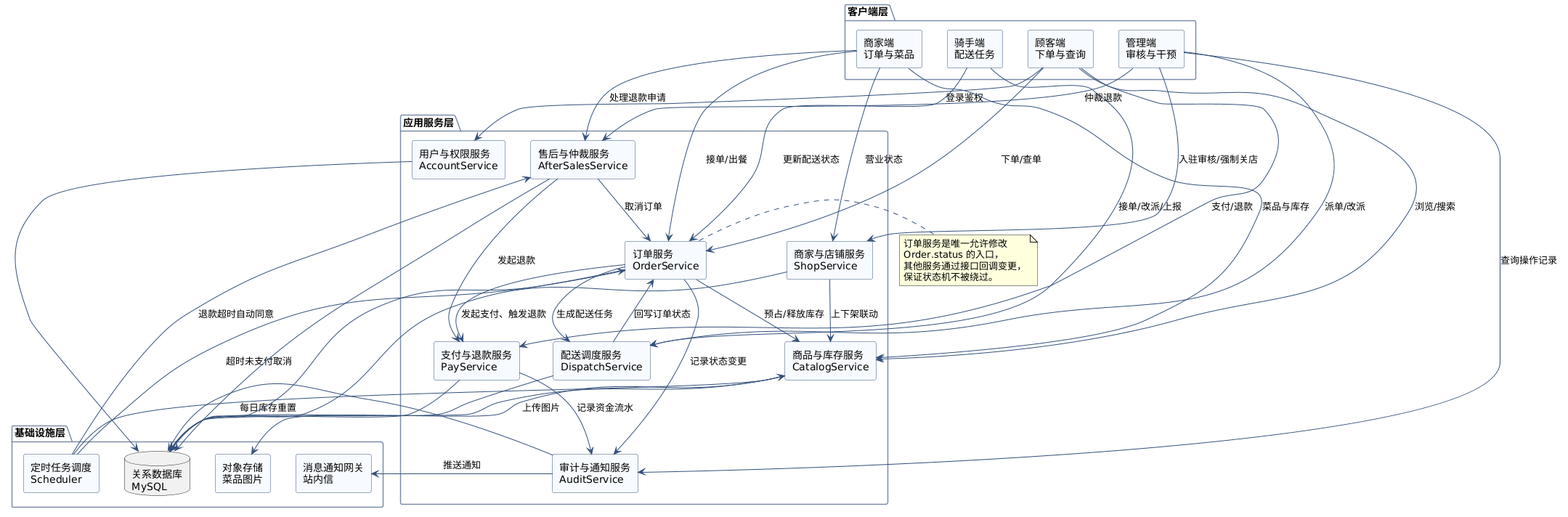
The PlantUML diagram lab2/实验2_241880548_王睿阳/UML/UML组件图.png in marcus-37/lab1-takeout, before a commit. The source it was exported from:
```plantuml
@startuml UML组件图
skinparam backgroundColor #FFFFFF
skinparam shadowing false
skinparam componentStyle rectangle
skinparam componentBorderColor #33507A
skinparam componentBackgroundColor #F7FBFF
skinparam packageBorderColor #7A8CA6
skinparam ArrowColor #33507A

package "客户端层" {
  component [顾客端\n下单与查询] as CLI_C
  component [商家端\n订单与菜品] as CLI_M
  component [骑手端\n配送任务] as CLI_R
  component [管理端\n审核与干预] as CLI_A
}

package "应用服务层" {
  component [用户与权限服务\nAccountService] as SVC_USER
  component [商家与店铺服务\nShopService] as SVC_SHOP
  component [商品与库存服务\nCatalogService] as SVC_CATALOG
  component [订单服务\nOrderService] as SVC_ORDER
  component [支付与退款服务\nPayService] as SVC_PAY
  component [配送调度服务\nDispatchService] as SVC_DISPATCH
  component [售后与仲裁服务\nAfterSalesService] as SVC_AFTER
  component [审计与通知服务\nAuditService] as SVC_AUDIT
}

package "基础设施层" {
  database "关系数据库\nMySQL" as DB
  component [定时任务调度\nScheduler] as SCH
  component [对象存储\n菜品图片] as OSS
  component [消息通知网关\n站内信] as MSG
}

CLI_C --> SVC_USER : 登录鉴权
CLI_C --> SVC_CATALOG : 浏览/搜索
CLI_C --> SVC_ORDER : 下单/查单
CLI_C --> SVC_PAY : 支付/退款
CLI_M --> SVC_SHOP : 营业状态
CLI_M --> SVC_CATALOG : 菜品与库存
CLI_M --> SVC_ORDER : 接单/出餐
CLI_M --> SVC_AFTER : 处理退款申请
CLI_R --> SVC_DISPATCH : 接单/改派/上报
CLI_R --> SVC_ORDER : 更新配送状态
CLI_A --> SVC_SHOP : 入驻审核/强制关店
CLI_A --> SVC_DISPATCH : 派单/改派
CLI_A --> SVC_AFTER : 仲裁退款
CLI_A --> SVC_AUDIT : 查询操作记录

SVC_ORDER --> SVC_CATALOG : 预占/释放库存
SVC_ORDER --> SVC_PAY : 发起支付、触发退款
SVC_ORDER --> SVC_DISPATCH : 生成配送任务
SVC_ORDER --> SVC_AUDIT : 记录状态变更
SVC_PAY --> SVC_AUDIT : 记录资金流水
SVC_DISPATCH --> SVC_ORDER : 回写订单状态
SVC_AFTER --> SVC_ORDER : 取消订单
SVC_AFTER --> SVC_PAY : 发起退款
SVC_SHOP --> SVC_CATALOG : 上下架联动
SVC_AUDIT --> MSG : 推送通知

SCH --> SVC_ORDER : 超时未支付取消
SCH --> SVC_CATALOG : 每日库存重置
SCH --> SVC_AFTER : 退款超时自动同意
SVC_USER --> DB
SVC_SHOP --> DB
SVC_CATALOG --> DB
SVC_ORDER --> DB
SVC_PAY --> DB
SVC_DISPATCH --> DB
SVC_AFTER --> DB
SVC_AUDIT --> DB
SVC_CATALOG --> OSS : 上传图片

note right of SVC_ORDER
  订单服务是唯一允许修改
  Order.status 的入口，
  其他服务通过接口回调变更，
  保证状态机不被绕过。
end note

@enduml
```
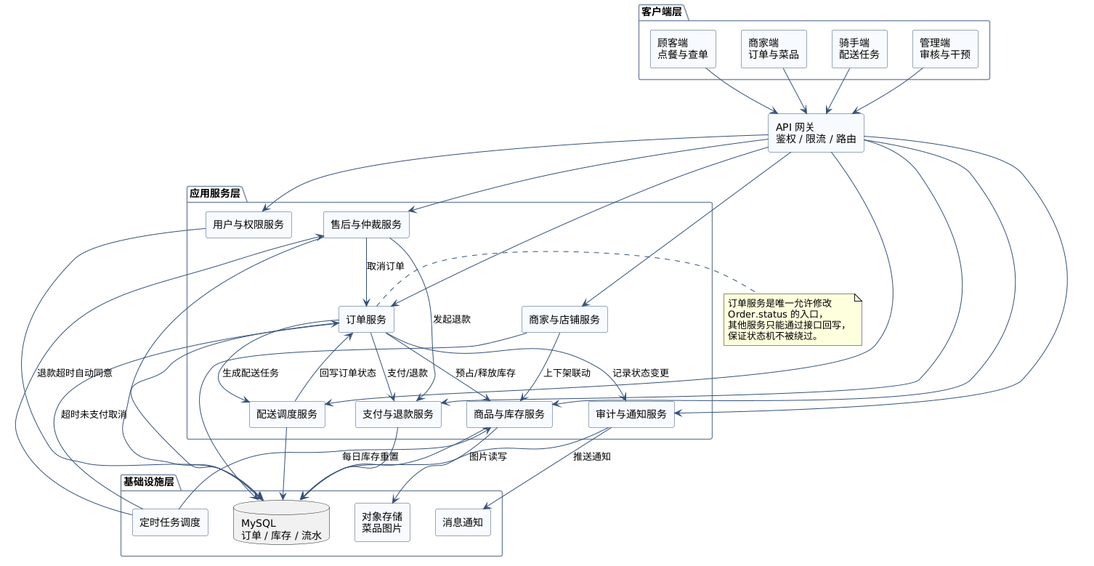
Above is the later version.

What changed in the source:
```diff
@@ -8,73 +8,75 @@
 skinparam ArrowColor #33507A
 
 package "客户端层" {
-  component [顾客端\n下单与查询] as CLI_C
-  component [商家端\n订单与菜品] as CLI_M
-  component [骑手端\n配送任务] as CLI_R
-  component [管理端\n审核与干预] as CLI_A
+  component [顾客端\n点餐与查单] as C
+  component [商家端\n订单与菜品] as M
+  component [骑手端\n配送任务] as R
+  component [管理端\n审核与干预] as A
 }
 
+component [API 网关\n鉴权 / 限流 / 路由] as GW
+
 package "应用服务层" {
-  component [用户与权限服务\nAccountService] as SVC_USER
-  component [商家与店铺服务\nShopService] as SVC_SHOP
-  component [商品与库存服务\nCatalogService] as SVC_CATALOG
-  component [订单服务\nOrderService] as SVC_ORDER
-  component [支付与退款服务\nPayService] as SVC_PAY
-  component [配送调度服务\nDispatchService] as SVC_DISPATCH
-  component [售后与仲裁服务\nAfterSalesService] as SVC_AFTER
-  component [审计与通知服务\nAuditService] as SVC_AUDIT
+  component [用户与权限服务] as USER
+  component [商家与店铺服务] as SHOP
+  component [商品与库存服务] as CAT
+  component [订单服务] as ORD
+  component [支付与退款服务] as PAY
+  component [配送调度服务] as DISP
+  component [售后与仲裁服务] as AFTER
+  component [审计与通知服务] as AUDIT
 }
 
 package "基础设施层" {
-  database "关系数据库\nMySQL" as DB
-  component [定时任务调度\nScheduler] as SCH
+  database "MySQL\n订单 / 库存 / 流水" as DB
+  component [定时任务调度] as SCH
   component [对象存储\n菜品图片] as OSS
-  component [消息通知网关\n站内信] as MSG
+  component [消息通知] as MSG
 }
 
-CLI_C --> SVC_USER : 登录鉴权
-CLI_C --> SVC_CATALOG : 浏览/搜索
-CLI_C --> SVC_ORDER : 下单/查单
-CLI_C --> SVC_PAY : 支付/退款
-CLI_M --> SVC_SHOP : 营业状态
-CLI_M --> SVC_CATALOG : 菜品与库存
-CLI_M --> SVC_ORDER : 接单/出餐
-CLI_M --> SVC_AFTER : 处理退款申请
-CLI_R --> SVC_DISPATCH : 接单/改派/上报
-CLI_R --> SVC_ORDER : 更新配送状态
-CLI_A --> SVC_SHOP : 入驻审核/强制关店
-CLI_A --> SVC_DISPATCH : 派单/改派
-CLI_A --> SVC_AFTER : 仲裁退款
-CLI_A --> SVC_AUDIT : 查询操作记录
+C --> GW
+M --> GW
+R --> GW
+A --> GW
 
-SVC_ORDER --> SVC_CATALOG : 预占/释放库存
-SVC_ORDER --> SVC_PAY : 发起支付、触发退款
-SVC_ORDER --> SVC_DISPATCH : 生成配送任务
-SVC_ORDER --> SVC_AUDIT : 记录状态变更
-SVC_PAY --> SVC_AUDIT : 记录资金流水
-SVC_DISPATCH --> SVC_ORDER : 回写订单状态
-SVC_AFTER --> SVC_ORDER : 取消订单
-SVC_AFTER --> SVC_PAY : 发起退款
-SVC_SHOP --> SVC_CATALOG : 上下架联动
-SVC_AUDIT --> MSG : 推送通知
+GW --> USER
+GW --> SHOP
+GW --> CAT
+GW --> ORD
+GW --> PAY
+GW --> DISP
+GW --> AFTER
+GW --> AUDIT
 
-SCH --> SVC_ORDER : 超时未支付取消
-SCH --> SVC_CATALOG : 每日库存重置
-SCH --> SVC_AFTER : 退款超时自动同意
-SVC_USER --> DB
-SVC_SHOP --> DB
-SVC_CATALOG --> DB
-SVC_ORDER --> DB
-SVC_PAY --> DB
-SVC_DISPATCH --> DB
-SVC_AFTER --> DB
-SVC_AUDIT --> DB
-SVC_CATALOG --> OSS : 上传图片
+ORD --> CAT : 预占/释放库存
+ORD --> PAY : 支付/退款
+ORD --> DISP : 生成配送任务
+DISP --> ORD : 回写订单状态
+AFTER --> ORD : 取消订单
+AFTER --> PAY : 发起退款
+SHOP --> CAT : 上下架联动
+ORD --> AUDIT : 记录状态变更
 
-note right of SVC_ORDER
+USER --> DB
+SHOP --> DB
+CAT --> DB
+ORD --> DB
+PAY --> DB
+DISP --> DB
+AFTER --> DB
+AUDIT --> DB
+
+CAT --> OSS : 图片读写
+AUDIT --> MSG : 推送通知
+
+SCH --> ORD : 超时未支付取消
+SCH --> CAT : 每日库存重置
+SCH --> AFTER : 退款超时自动同意
+
+note right of ORD
   订单服务是唯一允许修改
   Order.status 的入口，
-  其他服务通过接口回调变更，
+  其他服务只能通过接口回写，
   保证状态机不被绕过。
 end note
 
```
